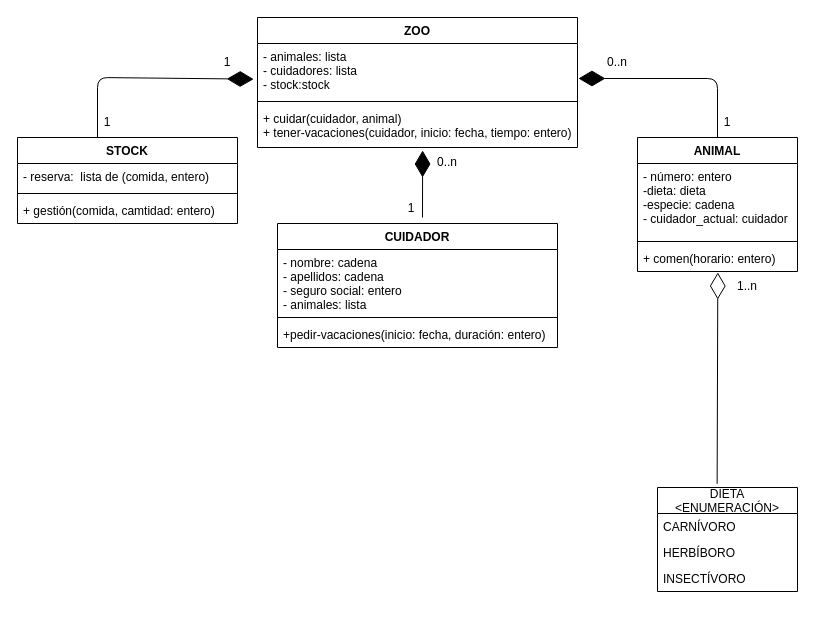
Earlier version of the draw.io diagram EJ6/ejercicio6.drawio (Trabajo-gruupal-empresa/Mediante-UML). Source tidied: cells renumbered, new cells numbered last; positions are measured from the earlier drawing's top-left corner, leaving out a move shared by most shapes. Both pictures are drawn from the tidied source at 100%, with x=0, y=0 at pixel (17, 17).
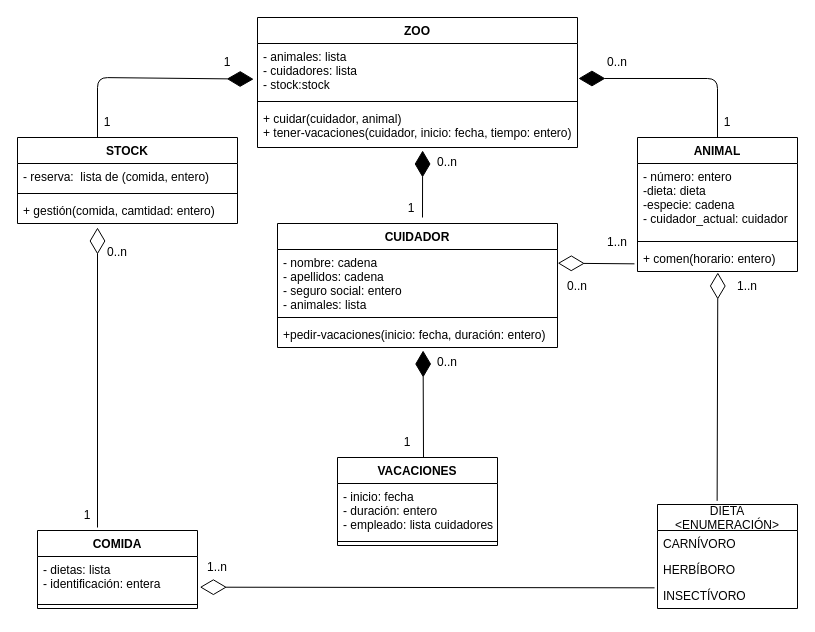
The same diagram, later.

Commit message:
clase vacaciones

The change refers to these unchanged cells:
```xml
<mxCell id="14" value="- nombre: cadena&#10;- apellidos: cadena&#10;- seguro social: entero&#10;- animales: lista" style="text;strokeColor=none;fillColor=none;align=left;verticalAlign=top;spacingLeft=4;spacingRight=4;overflow=hidden;points=[[0,0.5],[1,0.5]];portConstraint=eastwest;" parent="13" vertex="1">
  <mxGeometry y="26" width="280" height="64" as="geometry" />
</mxCell>
<mxCell id="16" value="+pedir-vacaciones(inicio: fecha, duración: entero)" style="text;strokeColor=none;fillColor=none;align=left;verticalAlign=top;spacingLeft=4;spacingRight=4;overflow=hidden;points=[[0,0.5],[1,0.5]];portConstraint=eastwest;" parent="13" vertex="1">
  <mxGeometry y="98" width="280" height="26" as="geometry" />
</mxCell>
<mxCell id="23" value="+ comen(horario: entero)" style="text;strokeColor=none;fillColor=none;align=left;verticalAlign=top;spacingLeft=4;spacingRight=4;overflow=hidden;points=[[0,0.5],[1,0.5]];portConstraint=eastwest;" parent="20" vertex="1">
  <mxGeometry y="108" width="160" height="26" as="geometry" />
</mxCell>
<mxCell id="30" value="INSECTÍVORO" style="text;strokeColor=none;fillColor=none;align=left;verticalAlign=top;spacingLeft=4;spacingRight=4;overflow=hidden;points=[[0,0.5],[1,0.5]];portConstraint=eastwest;" parent="27" vertex="1">
  <mxGeometry y="78" width="140" height="26" as="geometry" />
</mxCell>
```

Change to the diagram source:
```diff
@@
     <mxCell id="27" value="DIETA&#10;&lt;ENUMERACIÓN&gt;" style="swimlane;fontStyle=0;horizontal=1;startSize=26;fillColor=none;" parent="1" vertex="1">
-      <mxGeometry x="640" y="470" width="140" height="104" as="geometry" />
+      <mxGeometry x="640" y="487" width="140" height="104" as="geometry" />
     </mxCell>
@@
+    <mxCell id="33" style="endArrow=diamondThin;endFill=0;endSize=24;html=1;entryX=1.001;entryY=0.214;entryDx=0;entryDy=0;entryPerimeter=0;exitX=-0.019;exitY=0.705;exitDx=0;exitDy=0;exitPerimeter=0;" parent="1" edge="1" source="23" target="14">
+      <mxGeometry relative="1" as="geometry" />
+    </mxCell>
+    <mxCell id="34" value="0..n" style="text;strokeColor=none;align=center;fillColor=none;html=1;verticalAlign=middle;whiteSpace=wrap;rounded=0;" parent="1" vertex="1">
+      <mxGeometry x="530" y="254" width="60" height="30" as="geometry" />
+    </mxCell>
+    <mxCell id="35" value="1..n" style="text;strokeColor=none;align=center;fillColor=none;html=1;verticalAlign=middle;whiteSpace=wrap;rounded=0;" parent="1" vertex="1">
+      <mxGeometry x="570" y="210" width="60" height="30" as="geometry" />
+    </mxCell>
+    <mxCell id="36" value="VACACIONES" style="swimlane;fontStyle=1;align=center;verticalAlign=top;horizontal=1;startSize=26;" parent="1" vertex="1">
+      <mxGeometry x="320" y="440" width="160" height="88" as="geometry" />
+    </mxCell>
+    <mxCell id="37" value="- inicio: fecha&#10;- duración: entero&#10;- empleado: lista cuidadores" style="text;strokeColor=none;fillColor=none;align=left;verticalAlign=top;spacingLeft=4;spacingRight=4;overflow=hidden;" parent="36" vertex="1">
+      <mxGeometry y="26" width="160" height="54" as="geometry" />
+    </mxCell>
+    <mxCell id="38" style="line;strokeWidth=1;fillColor=none;align=left;verticalAlign=middle;spacingTop=-1;spacingLeft=3;spacingRight=3;labelPosition=right;strokeColor=inherit;" parent="36" vertex="1">
+      <mxGeometry y="80" width="160" height="8" as="geometry" />
+    </mxCell>
+    <mxCell id="39" style="endArrow=diamondThin;endFill=1;endSize=24;html=1;entryX=0.52;entryY=1.115;entryDx=0;entryDy=0;entryPerimeter=0;" parent="1" edge="1" target="16">
+      <mxGeometry relative="1" as="geometry">
+        <mxPoint x="406" y="440" as="sourcePoint" />
+      </mxGeometry>
+    </mxCell>
+    <mxCell id="40" value="1" style="text;strokeColor=none;align=center;fillColor=none;html=1;verticalAlign=middle;whiteSpace=wrap;rounded=0;" parent="1" vertex="1">
+      <mxGeometry x="360" y="410" width="60" height="30" as="geometry" />
+    </mxCell>
+    <mxCell id="41" value="0..n" style="text;strokeColor=none;align=center;fillColor=none;html=1;verticalAlign=middle;whiteSpace=wrap;rounded=0;" parent="1" vertex="1">
+      <mxGeometry x="400" y="330" width="60" height="30" as="geometry" />
+    </mxCell>
+    <mxCell id="42" value="COMIDA" style="swimlane;fontStyle=1;align=center;verticalAlign=top;horizontal=1;startSize=26;" parent="1" vertex="1">
+      <mxGeometry x="20" y="513" width="160" height="78" as="geometry" />
+    </mxCell>
+    <mxCell id="43" value="- dietas: lista&#10;- identificación: entera" style="text;strokeColor=none;fillColor=none;align=left;verticalAlign=top;spacingLeft=4;spacingRight=4;overflow=hidden;points=[[0,0.5],[1,0.5]];portConstraint=eastwest;" parent="42" vertex="1">
+      <mxGeometry y="26" width="160" height="44" as="geometry" />
+    </mxCell>
+    <mxCell id="44" style="line;strokeWidth=1;fillColor=none;align=left;verticalAlign=middle;spacingTop=-1;spacingLeft=3;spacingRight=3;labelPosition=right;strokeColor=inherit;" parent="42" vertex="1">
+      <mxGeometry y="70" width="160" height="8" as="geometry" />
+    </mxCell>
+    <mxCell id="45" style="endArrow=diamondThin;endFill=0;endSize=24;html=1;entryX=1.015;entryY=0.697;entryDx=0;entryDy=0;entryPerimeter=0;exitX=-0.021;exitY=0.205;exitDx=0;exitDy=0;exitPerimeter=0;" parent="1" edge="1" source="30" target="43">
+      <mxGeometry relative="1" as="geometry" />
+    </mxCell>
+    <mxCell id="46" value="1..n" style="text;strokeColor=none;align=center;fillColor=none;html=1;verticalAlign=middle;whiteSpace=wrap;rounded=0;" parent="1" vertex="1">
+      <mxGeometry x="170" y="535" width="60" height="30" as="geometry" />
+    </mxCell>
+    <mxCell id="47" style="endArrow=diamondThin;endFill=0;endSize=24;html=1;" parent="1" edge="1">
+      <mxGeometry relative="1" as="geometry">
+        <mxPoint x="80" y="510" as="sourcePoint" />
+        <mxPoint x="80" y="210" as="targetPoint" />
+      </mxGeometry>
+    </mxCell>
+    <mxCell id="48" value="0..n" style="text;strokeColor=none;align=center;fillColor=none;html=1;verticalAlign=middle;whiteSpace=wrap;rounded=0;" parent="1" vertex="1">
+      <mxGeometry x="70" y="220" width="60" height="30" as="geometry" />
+    </mxCell>
+    <mxCell id="49" value="1" style="text;strokeColor=none;align=center;fillColor=none;html=1;verticalAlign=middle;whiteSpace=wrap;rounded=0;" parent="1" vertex="1">
+      <mxGeometry x="40" y="483" width="60" height="30" as="geometry" />
+    </mxCell>
```
